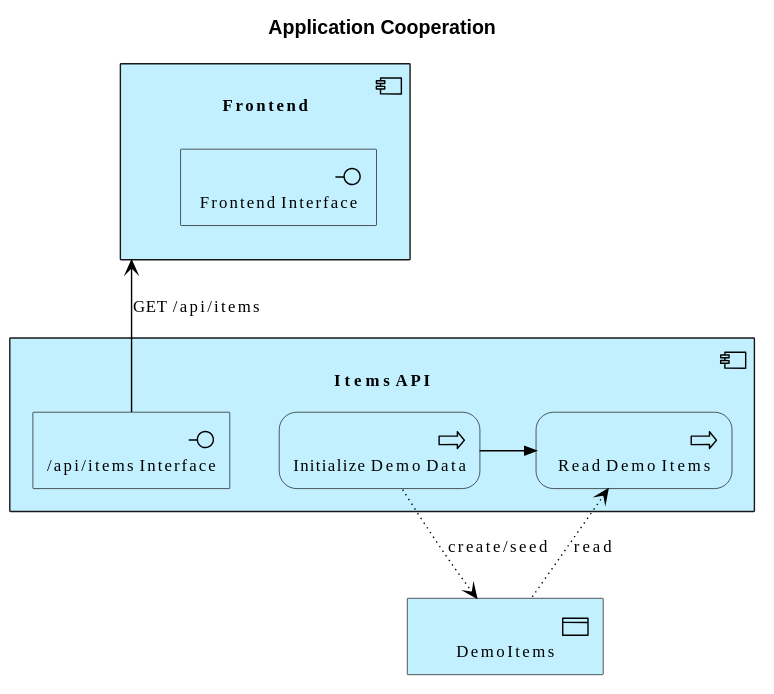
Above: diagrams/application/cooperation-standard.svg in wolffy-au/frictionless-sample-azure (PlantUML), before the change.
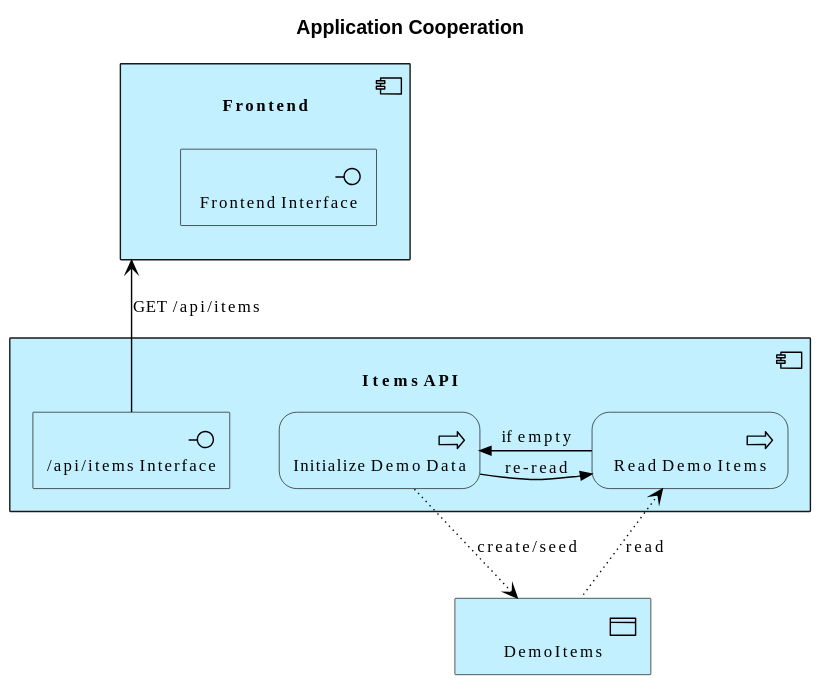
Above is the later version.

Commit message:
docs(architecture): model the read-first demo-items flow in sample-azure

Diff of the diagram source:
```diff
@@ -15,7 +15,8 @@
 Application_DataObject(e_id032efff5924e5e, "DemoItems")
 
 Rel_Serving_Up(e_id27cc7f94392754, e_id859316e8097157, "GET /api/items")
-Rel_Triggering_Right(e_id9e4601a2031c58, e_idf9a91550500455, "")
+Rel_Triggering_Right(e_idf9a91550500455, e_id9e4601a2031c58, "if empty")
+Rel_Triggering_Right(e_id9e4601a2031c58, e_idf9a91550500455, "re-read")
 Rel_Access_w(e_id9e4601a2031c58, e_id032efff5924e5e, "create/seed")
 Rel_Access_r(e_idf9a91550500455, e_id032efff5924e5e, "read")
 @enduml
```
